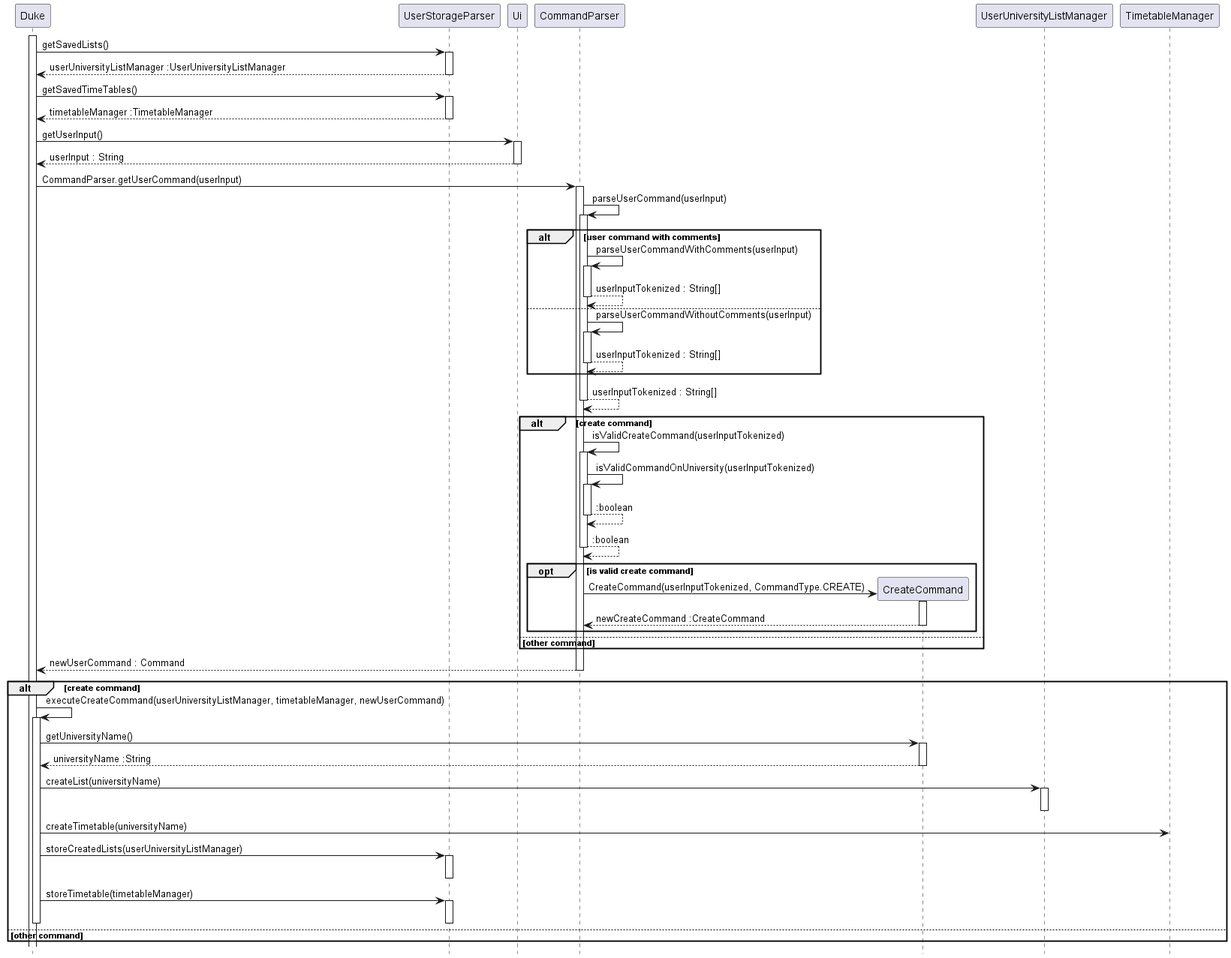
The PlantUML diagram docs/images/CreateCommand_Sequence.png in nus-cs2113-AY2223S1/tp, before a commit.
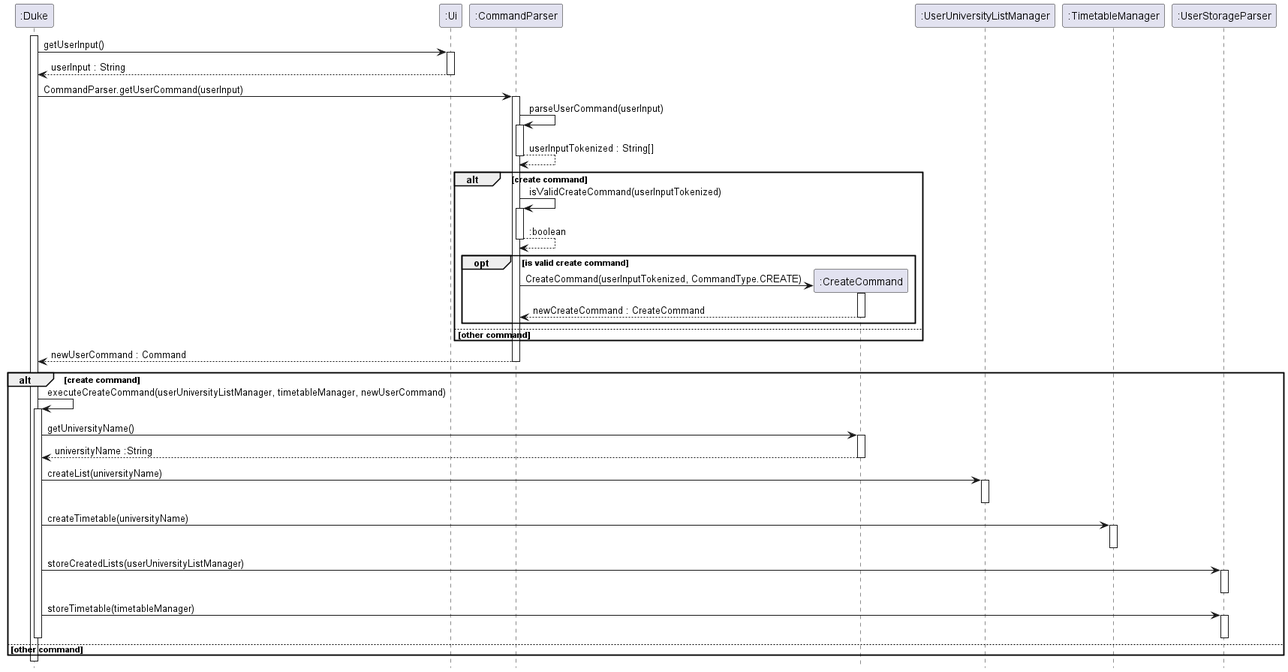
After the commit.

Diff of the diagram source:
```diff
@@ -1,110 +1,81 @@
 @startuml
 
-activate Duke
+activate ":Duke"
 
 hide footbox
 
-Duke -> UserStorageParser : getSavedLists()
-activate UserStorageParser
+":Duke" -> ":Ui" : getUserInput()
+activate ":Ui"
 
-UserStorageParser --> Duke : userUniversityListManager :UserUniversityListManager
-deactivate UserStorageParser
+":Ui" --> ":Duke" : userInput : String
+deactivate ":Ui"
 
-Duke -> UserStorageParser : getSavedTimeTables()
-activate UserStorageParser
+":Duke" -> ":CommandParser" : CommandParser.getUserCommand(userInput)
+activate ":CommandParser"
 
-UserStorageParser --> Duke : timetableManager :TimetableManager
-deactivate UserStorageParser
+":CommandParser" -> ":CommandParser" : parseUserCommand(userInput)
+activate ":CommandParser"
 
-Duke -> Ui : getUserInput()
-activate Ui
 
-Ui --> Duke : userInput : String
-deactivate Ui
-
-Duke -> CommandParser : CommandParser.getUserCommand(userInput)
-activate CommandParser
-
-CommandParser -> CommandParser : parseUserCommand(userInput)
-activate CommandParser
-
-alt user command with comments
-    CommandParser -> CommandParser : parseUserCommandWithComments(userInput)
-    activate CommandParser
-
-    CommandParser --> CommandParser : userInputTokenized : String[]
-    deactivate CommandParser
-
-else
-    CommandParser -> CommandParser : parseUserCommandWithoutComments(userInput)
-    activate CommandParser
-
-    CommandParser --> CommandParser : userInputTokenized : String[]
-    deactivate CommandParser
-end
-
-CommandParser --> CommandParser : userInputTokenized : String[]
-deactivate CommandParser
+":CommandParser" --> ":CommandParser" : userInputTokenized : String[]
+deactivate ":CommandParser"
 
 alt create command
 
-    CommandParser -> CommandParser : isValidCreateCommand(userInputTokenized)
-    activate CommandParser
+    ":CommandParser" -> ":CommandParser" : isValidCreateCommand(userInputTokenized)
+    activate ":CommandParser"
 
-    CommandParser -> CommandParser : isValidCommandOnUniversity(userInputTokenized)
-    activate CommandParser
-
-    CommandParser --> CommandParser : :boolean
-    deactivate CommandParser
-
-    CommandParser --> CommandParser : :boolean
-    deactivate CommandParser
+    ":CommandParser" --> ":CommandParser" : :boolean
+    deactivate ":CommandParser"
 
     opt is valid create command
 
-        create CreateCommand
-        CommandParser -> CreateCommand : CreateCommand(userInputTokenized, CommandType.CREATE)
-        activate CreateCommand
+        create ":CreateCommand"
+        ":CommandParser" -> ":CreateCommand" : CreateCommand(userInputTokenized, CommandType.CREATE)
+        activate ":CreateCommand"
 
-        CreateCommand --> CommandParser : newCreateCommand :CreateCommand
-        deactivate CreateCommand
+        ":CreateCommand" --> ":CommandParser" : newCreateCommand : CreateCommand
+        deactivate ":CreateCommand"
     end
 
 else other command
 
 end
 
-CommandParser --> Duke : newUserCommand : Command
-deactivate CommandParser
+":CommandParser" --> ":Duke" : newUserCommand : Command
+deactivate ":CommandParser"
 
 alt create command
 
-Duke -> Duke : executeCreateCommand(userUniversityListManager, timetableManager, newUserCommand)
-activate Duke
+":Duke" -> ":Duke" : executeCreateCommand(userUniversityListManager, timetableManager, newUserCommand)
+activate ":Duke"
 
-    Duke -> CreateCommand : getUniversityName()
-    activate CreateCommand
+    ":Duke" -> ":CreateCommand" : getUniversityName()
+    activate ":CreateCommand"
 
-    CreateCommand --> Duke : universityName :String
-    deactivate CreateCommand
+    ":CreateCommand" --> ":Duke" : universityName :String
+    deactivate ":CreateCommand"
 
-    Duke -> UserUniversityListManager : createList(universityName)
-    activate UserUniversityListManager
+    ":Duke" -> ":UserUniversityListManager" : createList(universityName)
+    activate ":UserUniversityListManager"
 
-    deactivate UserUniversityListManager
+    deactivate ":UserUniversityListManager"
 
-    Duke -> TimetableManager : createTimetable(universityName)
+    ":Duke" -> ":TimetableManager" : createTimetable(universityName)
+    activate ":TimetableManager"
 
-    Duke -> UserStorageParser : storeCreatedLists(userUniversityListManager)
-    activate UserStorageParser
+    deactivate ":TimetableManager"
 
-    deactivate UserStorageParser
+    ":Duke" -> ":UserStorageParser" : storeCreatedLists(userUniversityListManager)
+    activate ":UserStorageParser"
 
-    Duke -> UserStorageParser : storeTimetable(timetableManager)
-    activate UserStorageParser
+    deactivate ":UserStorageParser"
 
-    deactivate UserStorageParser
-deactivate Duke
+    ":Duke" -> ":UserStorageParser" : storeTimetable(timetableManager)
+    activate ":UserStorageParser"
+
+    deactivate ":UserStorageParser"
+deactivate ":Duke"
 else other command
 end
 
```
